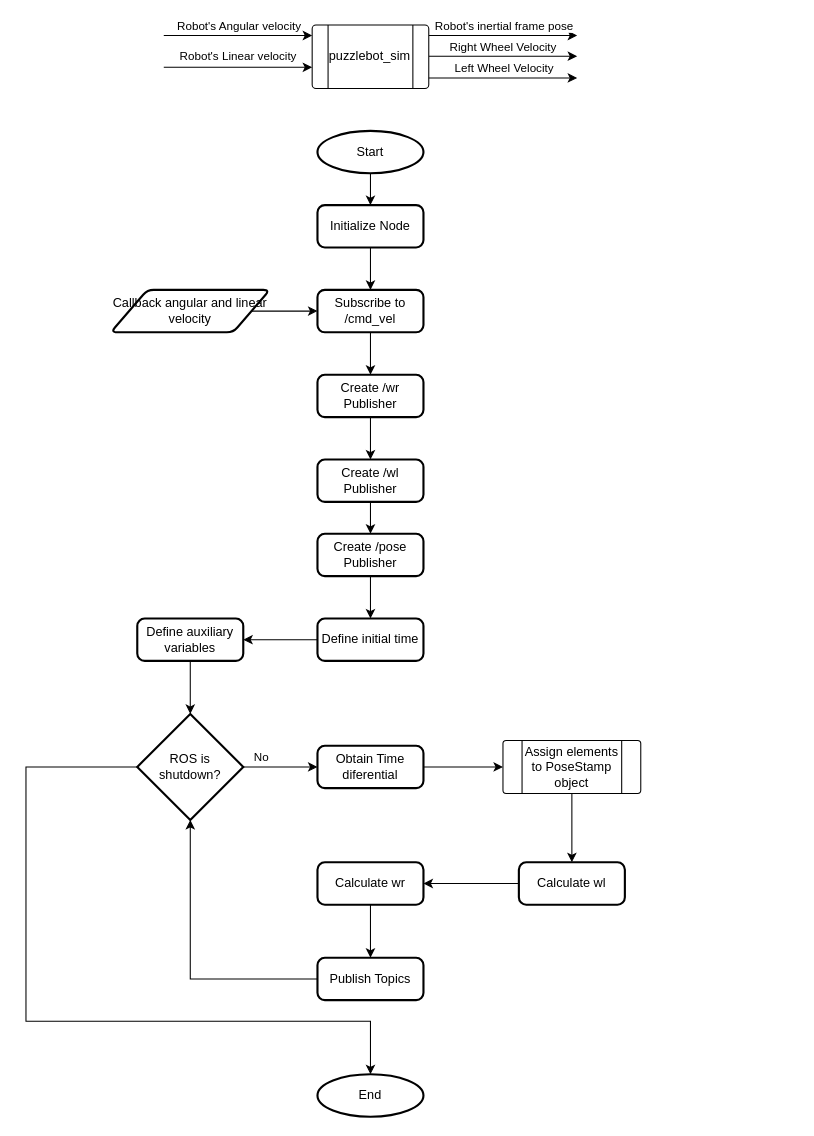
DevasNAI/Electro-Horchatas-Autonomous-Challenge keeps this draw.io diagram as page "localisation" (3 of 7) of Images/MiniChallenge2.drawio. Above is the earlier version. Source tidied: cells renumbered, new cells numbered last; positions are measured from the earlier drawing's top-left corner, leaving out a move shared by most shapes. Both pictures are drawn from the tidied source at 106%, with x=0, y=0 at pixel (25, 24).
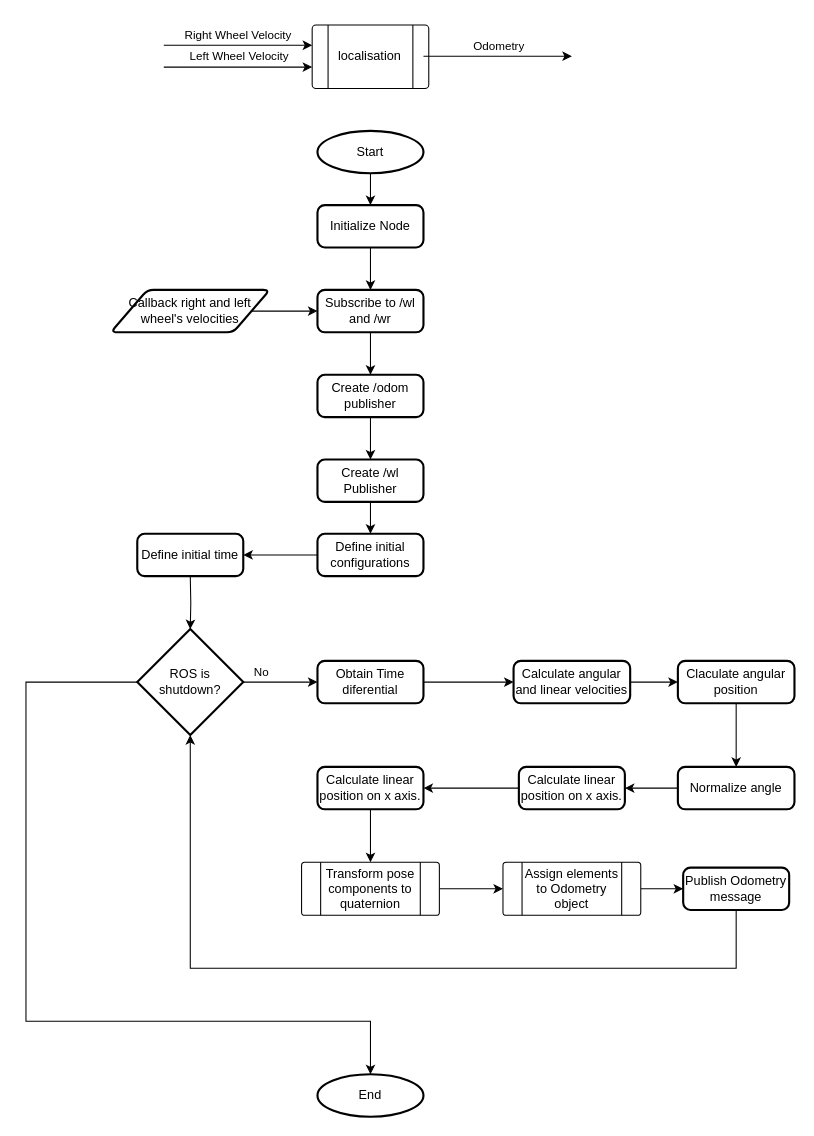
The same diagram, later.

Commit message (it also covers changes not shown here):
Added Block Diagrams for localisation and joint state

Unchanged cells that the change refers to:
```xml
<mxCell id="41" value="End" style="strokeWidth=2;html=1;shape=mxgraph.flowchart.start_2;whiteSpace=wrap;" parent="1" vertex="1">
  <mxGeometry x="275" y="990" width="100" height="40" as="geometry" />
</mxCell>
```

Change to the diagram source:
```diff
@@
-    <mxCell id="2" style="endArrow=classic;html=1;rounded=0;exitX=1;exitY=0.25;exitDx=0;exitDy=0;" parent="1" edge="1">
-      <mxGeometry relative="1" as="geometry">
-        <mxPoint x="380" y="10" as="sourcePoint" />
-        <mxPoint x="520" y="10" as="targetPoint" />
-      </mxGeometry>
-    </mxCell>
-    <mxCell id="3" value="Robot's inertial frame pose" style="edgeLabel;html=1;align=center;verticalAlign=middle;" parent="2" vertex="1">
-      <mxGeometry x="-0.4" relative="1" as="geometry">
-        <mxPoint x="28" y="-10" as="offset" />
-      </mxGeometry>
-    </mxCell>
     <mxCell id="4" value="Right Wheel Velocity" style="endArrow=classic;html=1;rounded=0;exitX=1;exitY=0.25;exitDx=0;exitDy=0;" parent="1" edge="1">
       <mxGeometry y="10" relative="1" as="geometry">
-        <mxPoint x="380" y="29.5" as="sourcePoint" />
-        <mxPoint x="520" y="29.5" as="targetPoint" />
+        <mxPoint x="130" y="19.2" as="sourcePoint" />
+        <mxPoint x="270" y="19.2" as="targetPoint" />
         <mxPoint y="1" as="offset" />
       </mxGeometry>
     </mxCell>
-    <mxCell id="5" value="puzzlebot_sim" style="verticalLabelPosition=middle;verticalAlign=middle;html=1;shape=process;whiteSpace=wrap;rounded=1;size=0.14;arcSize=6;labelPosition=center;align=center;" parent="1" vertex="1">
+    <mxCell id="5" value="localisation" style="verticalLabelPosition=middle;verticalAlign=middle;html=1;shape=process;whiteSpace=wrap;rounded=1;size=0.14;arcSize=6;labelPosition=center;align=center;" parent="1" vertex="1">
       <mxGeometry x="270" width="110" height="60" as="geometry" />
     </mxCell>
-    <mxCell id="6" style="endArrow=classic;html=1;rounded=0;exitX=1;exitY=0.25;exitDx=0;exitDy=0;" parent="1" edge="1">
-      <mxGeometry relative="1" as="geometry">
-        <mxPoint x="130" y="10" as="sourcePoint" />
-        <mxPoint x="270" y="10" as="targetPoint" />
-      </mxGeometry>
-    </mxCell>
-    <mxCell id="7" value="Robot's Angular velocity" style="edgeLabel;html=1;align=center;verticalAlign=middle;" parent="6" vertex="1">
-      <mxGeometry x="0.27" relative="1" as="geometry">
-        <mxPoint x="-19" y="-10" as="offset" />
-      </mxGeometry>
-    </mxCell>
-    <mxCell id="8" value="Robot's Linear velocity" style="endArrow=classic;html=1;rounded=0;exitX=1;exitY=0.25;exitDx=0;exitDy=0;" parent="1" edge="1">
-      <mxGeometry y="10" relative="1" as="geometry">
-        <mxPoint x="130" y="40" as="sourcePoint" />
-        <mxPoint x="270" y="40" as="targetPoint" />
-      </mxGeometry>
-    </mxCell>
     <mxCell id="9" style="endArrow=classic;html=1;rounded=0;exitX=1;exitY=0.25;exitDx=0;exitDy=0;" parent="1" edge="1">
       <mxGeometry relative="1" as="geometry">
-        <mxPoint x="380" y="50" as="sourcePoint" />
-        <mxPoint x="520" y="50" as="targetPoint" />
+        <mxPoint x="130" y="39.8" as="sourcePoint" />
+        <mxPoint x="270" y="39.8" as="targetPoint" />
       </mxGeometry>
     </mxCell>
@@
-    <mxCell id="14" value="Callback angular and linear velocity" style="shape=parallelogram;html=1;strokeWidth=2;perimeter=parallelogramPerimeter;whiteSpace=wrap;rounded=1;arcSize=12;size=0.23;" parent="1" vertex="1">
+    <mxCell id="14" value="Callback right and left wheel's velocities" style="shape=parallelogram;html=1;strokeWidth=2;perimeter=parallelogramPerimeter;whiteSpace=wrap;rounded=1;arcSize=12;size=0.23;" parent="1" vertex="1">
       <mxGeometry x="80" y="250" width="150" height="40" as="geometry" />
     </mxCell>
@@
-    <mxCell id="16" value="Subscribe to /cmd_vel" style="rounded=1;whiteSpace=wrap;html=1;absoluteArcSize=1;arcSize=14;strokeWidth=2;" parent="1" vertex="1">
+    <mxCell id="16" value="Subscribe to /wl and /wr" style="rounded=1;whiteSpace=wrap;html=1;absoluteArcSize=1;arcSize=14;strokeWidth=2;" parent="1" vertex="1">
       <mxGeometry x="275" y="250" width="100" height="40" as="geometry" />
     </mxCell>
@@
-    <mxCell id="18" value="Create /pose Publisher" style="rounded=1;whiteSpace=wrap;html=1;absoluteArcSize=1;arcSize=14;strokeWidth=2;" parent="1" vertex="1">
+    <mxCell id="18" value="Define initial configurations" style="rounded=1;whiteSpace=wrap;html=1;absoluteArcSize=1;arcSize=14;strokeWidth=2;" parent="1" vertex="1">
       <mxGeometry x="275" y="480" width="100" height="40" as="geometry" />
     </mxCell>
@@
-    <mxCell id="22" value="Create /wr Publisher" style="rounded=1;whiteSpace=wrap;html=1;absoluteArcSize=1;arcSize=14;strokeWidth=2;" parent="1" vertex="1">
+    <mxCell id="22" value="Create /odom publisher" style="rounded=1;whiteSpace=wrap;html=1;absoluteArcSize=1;arcSize=14;strokeWidth=2;" parent="1" vertex="1">
       <mxGeometry x="275" y="330" width="100" height="40" as="geometry" />
     </mxCell>
-    <mxCell id="23" style="edgeStyle=orthogonalEdgeStyle;rounded=0;jettySize=auto;html=1;" parent="1" edge="1" source="24" target="26">
-      <mxGeometry relative="1" as="geometry" />
-    </mxCell>
     <mxCell id="24" value="Define initial time" style="rounded=1;whiteSpace=wrap;html=1;absoluteArcSize=1;arcSize=14;strokeWidth=2;" parent="1" vertex="1">
-      <mxGeometry x="275" y="560" width="100" height="40" as="geometry" />
+      <mxGeometry x="105" y="480" width="100" height="40" as="geometry" />
     </mxCell>
-    <mxCell id="25" style="edgeStyle=orthogonalEdgeStyle;rounded=0;jettySize=auto;html=1;" parent="1" edge="1" source="26" target="29">
-      <mxGeometry relative="1" as="geometry" />
+    <mxCell id="25" style="edgeStyle=orthogonalEdgeStyle;rounded=0;jettySize=auto;html=1;" parent="1" edge="1" target="29">
+      <mxGeometry relative="1" as="geometry">
+        <mxPoint x="155" y="520" as="sourcePoint" />
+      </mxGeometry>
     </mxCell>
-    <mxCell id="26" value="Define auxiliary variables" style="rounded=1;whiteSpace=wrap;html=1;absoluteArcSize=1;arcSize=14;strokeWidth=2;" parent="1" vertex="1">
-      <mxGeometry x="105" y="560" width="100" height="40" as="geometry" />
-    </mxCell>
@@
     <mxCell id="29" value="ROS is shutdown?" style="strokeWidth=2;html=1;shape=mxgraph.flowchart.decision;whiteSpace=wrap;" parent="1" vertex="1">
-      <mxGeometry x="105" y="650" width="100" height="100" as="geometry" />
+      <mxGeometry x="105" y="570" width="100" height="100" as="geometry" />
     </mxCell>
-    <mxCell id="30" style="edgeStyle=orthogonalEdgeStyle;rounded=0;jettySize=auto;html=1;" parent="1" edge="1" source="31" target="35">
-      <mxGeometry relative="1" as="geometry" />
-    </mxCell>
+    <mxCell id="44" style="edgeStyle=orthogonalEdgeStyle;rounded=0;jettySize=auto;html=1;" parent="1" edge="1" source="31" target="49">
+      <mxGeometry relative="1" as="geometry" />
+    </mxCell>
     <mxCell id="31" value="Obtain Time diferential" style="rounded=1;whiteSpace=wrap;html=1;absoluteArcSize=1;arcSize=14;strokeWidth=2;" parent="1" vertex="1">
-      <mxGeometry x="275" y="680" width="100" height="40" as="geometry" />
+      <mxGeometry x="275" y="600" width="100" height="40" as="geometry" />
     </mxCell>
@@
-    <mxCell id="33" value="Calculate wl" style="rounded=1;whiteSpace=wrap;html=1;absoluteArcSize=1;arcSize=14;strokeWidth=2;" parent="1" vertex="1">
-      <mxGeometry x="465" y="790" width="100" height="40" as="geometry" />
+    <mxCell id="33" value="Calculate linear position on x axis." style="rounded=1;whiteSpace=wrap;html=1;absoluteArcSize=1;arcSize=14;strokeWidth=2;" parent="1" vertex="1">
+      <mxGeometry x="465" y="700" width="100" height="40" as="geometry" />
     </mxCell>
-    <mxCell id="34" style="edgeStyle=orthogonalEdgeStyle;rounded=0;jettySize=auto;html=1;" parent="1" edge="1" source="35" target="33">
-      <mxGeometry relative="1" as="geometry" />
-    </mxCell>
-    <mxCell id="35" value="Assign elements to PoseStamp object" style="verticalLabelPosition=middle;verticalAlign=middle;html=1;shape=process;whiteSpace=wrap;rounded=1;size=0.14;arcSize=6;labelPosition=center;align=center;" parent="1" vertex="1">
-      <mxGeometry x="450" y="675" width="130" height="50" as="geometry" />
-    </mxCell>
-    <mxCell id="36" style="edgeStyle=orthogonalEdgeStyle;rounded=0;jettySize=auto;html=1;" parent="1" edge="1" source="37" target="38">
-      <mxGeometry relative="1" as="geometry" />
-    </mxCell>
+    <mxCell id="45" style="edgeStyle=orthogonalEdgeStyle;rounded=0;jettySize=auto;html=1;entryX=0.5;entryY=0;entryDx=0;entryDy=0;" parent="1" edge="1" source="37" target="55">
+      <mxGeometry relative="1" as="geometry" />
+    </mxCell>
-    <mxCell id="37" value="Calculate wr" style="rounded=1;whiteSpace=wrap;html=1;absoluteArcSize=1;arcSize=14;strokeWidth=2;" parent="1" vertex="1">
-      <mxGeometry x="275" y="790" width="100" height="40" as="geometry" />
+    <mxCell id="37" value="Calculate linear position on x axis." style="rounded=1;whiteSpace=wrap;html=1;absoluteArcSize=1;arcSize=14;strokeWidth=2;" parent="1" vertex="1">
+      <mxGeometry x="275" y="700" width="100" height="40" as="geometry" />
     </mxCell>
-    <mxCell id="38" value="Publish Topics" style="rounded=1;whiteSpace=wrap;html=1;absoluteArcSize=1;arcSize=14;strokeWidth=2;" parent="1" vertex="1">
-      <mxGeometry x="275" y="880" width="100" height="40" as="geometry" />
+    <mxCell id="38" value="Publish Odometry message" style="rounded=1;whiteSpace=wrap;html=1;absoluteArcSize=1;arcSize=14;strokeWidth=2;" parent="1" vertex="1">
+      <mxGeometry x="620" y="795" width="100" height="40" as="geometry" />
     </mxCell>
@@
+    <mxCell id="43" style="edgeStyle=orthogonalEdgeStyle;rounded=0;jettySize=auto;html=1;entryX=0.5;entryY=0;entryDx=0;entryDy=0;entryPerimeter=0;" parent="1" edge="1" source="29" target="41">
+      <mxGeometry relative="1" as="geometry">
+        <Array as="points">
+          <mxPoint y="620" />
+          <mxPoint y="940" />
+          <mxPoint x="325" y="940" />
+        </Array>
+      </mxGeometry>
+    </mxCell>
+    <mxCell id="46" style="endArrow=classic;html=1;rounded=0;exitX=1;exitY=0.25;exitDx=0;exitDy=0;" parent="1" edge="1">
+      <mxGeometry relative="1" as="geometry">
+        <mxPoint x="375" y="29.5" as="sourcePoint" />
+        <mxPoint x="515" y="29.5" as="targetPoint" />
+      </mxGeometry>
+    </mxCell>
+    <mxCell id="47" value="Odometry" style="edgeLabel;html=1;align=center;verticalAlign=middle;" parent="46" vertex="1">
+      <mxGeometry x="-0.17" y="-1" relative="1" as="geometry">
+        <mxPoint x="12" y="-11" as="offset" />
+      </mxGeometry>
+    </mxCell>
+    <mxCell id="48" style="edgeStyle=orthogonalEdgeStyle;rounded=0;jettySize=auto;html=1;" parent="1" edge="1" source="49" target="51">
+      <mxGeometry relative="1" as="geometry" />
+    </mxCell>
+    <mxCell id="49" value="Calculate angular and linear velocities" style="rounded=1;whiteSpace=wrap;html=1;absoluteArcSize=1;arcSize=14;strokeWidth=2;" parent="1" vertex="1">
+      <mxGeometry x="460" y="600" width="110" height="40" as="geometry" />
+    </mxCell>
+    <mxCell id="50" style="edgeStyle=orthogonalEdgeStyle;rounded=0;jettySize=auto;html=1;" parent="1" edge="1" source="51" target="53">
+      <mxGeometry relative="1" as="geometry" />
+    </mxCell>
+    <mxCell id="51" value="Claculate angular position" style="rounded=1;whiteSpace=wrap;html=1;absoluteArcSize=1;arcSize=14;strokeWidth=2;" parent="1" vertex="1">
+      <mxGeometry x="615" y="600" width="110" height="40" as="geometry" />
+    </mxCell>
+    <mxCell id="52" style="edgeStyle=orthogonalEdgeStyle;rounded=0;jettySize=auto;html=1;" parent="1" edge="1" source="53" target="33">
+      <mxGeometry relative="1" as="geometry" />
+    </mxCell>
+    <mxCell id="53" value="Normalize angle" style="rounded=1;whiteSpace=wrap;html=1;absoluteArcSize=1;arcSize=14;strokeWidth=2;" parent="1" vertex="1">
+      <mxGeometry x="615" y="700" width="110" height="40" as="geometry" />
+    </mxCell>
+    <mxCell id="54" style="edgeStyle=orthogonalEdgeStyle;rounded=0;jettySize=auto;html=1;" parent="1" edge="1" source="55" target="57">
+      <mxGeometry relative="1" as="geometry" />
+    </mxCell>
+    <mxCell id="55" value="Transform pose components to quaternion" style="verticalLabelPosition=middle;verticalAlign=middle;html=1;shape=process;whiteSpace=wrap;rounded=1;size=0.14;arcSize=6;labelPosition=center;align=center;" parent="1" vertex="1">
+      <mxGeometry x="260" y="790" width="130" height="50" as="geometry" />
+    </mxCell>
+    <mxCell id="56" style="edgeStyle=orthogonalEdgeStyle;rounded=0;jettySize=auto;html=1;" parent="1" edge="1" source="57" target="38">
+      <mxGeometry relative="1" as="geometry" />
+    </mxCell>
+    <mxCell id="57" value="Assign elements to Odometry object" style="verticalLabelPosition=middle;verticalAlign=middle;html=1;shape=process;whiteSpace=wrap;rounded=1;size=0.14;arcSize=6;labelPosition=center;align=center;" parent="1" vertex="1">
+      <mxGeometry x="450" y="790" width="130" height="50" as="geometry" />
+    </mxCell>
     <mxCell id="42" style="edgeStyle=orthogonalEdgeStyle;rounded=0;jettySize=auto;html=1;entryX=0.5;entryY=1;entryDx=0;entryDy=0;entryPerimeter=0;" parent="1" edge="1" source="38" target="29">
-      <mxGeometry relative="1" as="geometry" />
+      <mxGeometry relative="1" as="geometry">
+        <Array as="points">
+          <mxPoint x="670" y="890" />
+          <mxPoint x="155" y="890" />
+        </Array>
+      </mxGeometry>
     </mxCell>
-    <mxCell id="43" style="edgeStyle=orthogonalEdgeStyle;rounded=0;jettySize=auto;html=1;entryX=0.5;entryY=0;entryDx=0;entryDy=0;entryPerimeter=0;" parent="1" edge="1" source="29" target="41">
-      <mxGeometry relative="1" as="geometry">
-        <Array as="points">
-          <mxPoint y="700" />
-          <mxPoint y="940" />
-          <mxPoint x="325" y="940" />
-        </Array>
-      </mxGeometry>
-    </mxCell>
```
